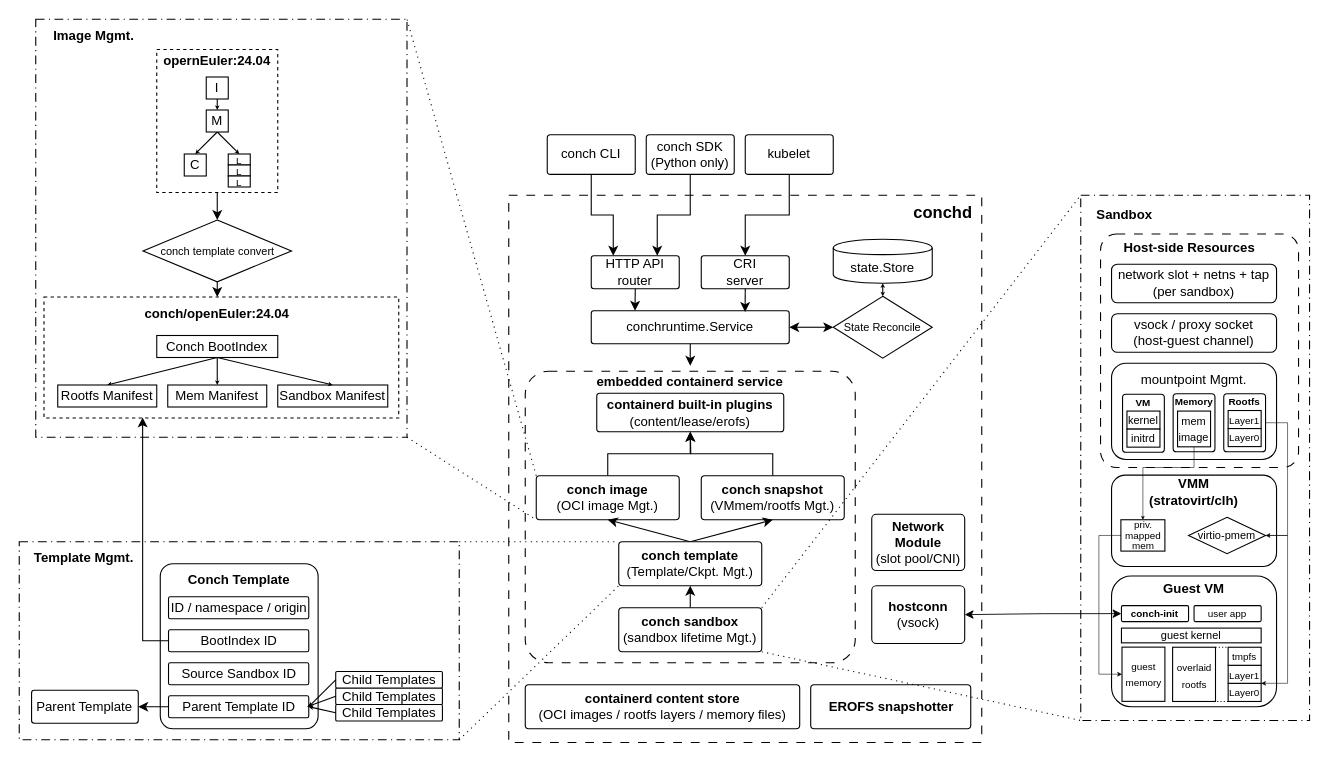
Earlier version of the draw.io diagram docs/developer/arch.drawio (ConchSandbox/Conch). Source tidied: cells renumbered, new cells numbered last; positions are measured from the earlier drawing's top-left corner, leaving out a move shared by most shapes. Both pictures are drawn from the tidied source at 110%, with x=0, y=0 at pixel (19, 19).
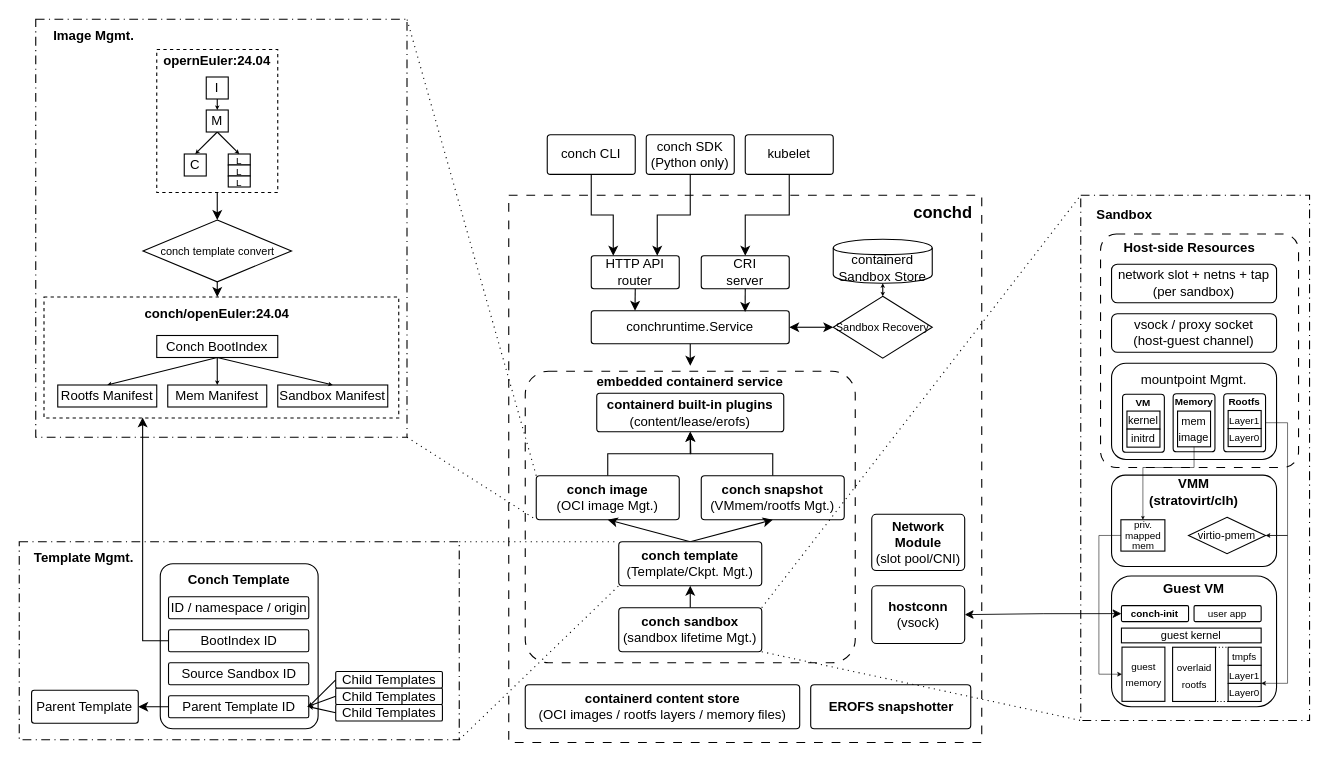
After the change.

Commit message (it also covers changes not shown here):
sandbox: remove legacy runtime metadata owners

Diff of the diagram source:
```diff
@@
-    <mxCell id="23" value="state.Store" style="shape=cylinder;whiteSpace=wrap;html=1;boundedLbl=1;backgroundOutline=1;" parent="1" vertex="1">
+    <mxCell id="23" value="containerd&lt;div&gt;Sandbox Store&lt;/div&gt;" style="shape=cylinder;whiteSpace=wrap;html=1;boundedLbl=1;backgroundOutline=1;" parent="1" vertex="1">
       <mxGeometry x="740" y="200" width="90" height="40" as="geometry" />
     </mxCell>
@@
-    <mxCell id="25" value="&lt;font style=&quot;font-size: 10px;&quot;&gt;State Reconcile&lt;/font&gt;" style="rhombus;whiteSpace=wrap;html=1;" parent="1" vertex="1">
+    <mxCell id="25" value="&lt;font style=&quot;font-size: 10px;&quot;&gt;Sandbox Recovery&lt;/font&gt;" style="rhombus;whiteSpace=wrap;html=1;" parent="1" vertex="1">
       <mxGeometry x="740" y="251.9" width="90" height="56.2" as="geometry" />
     </mxCell>
```
